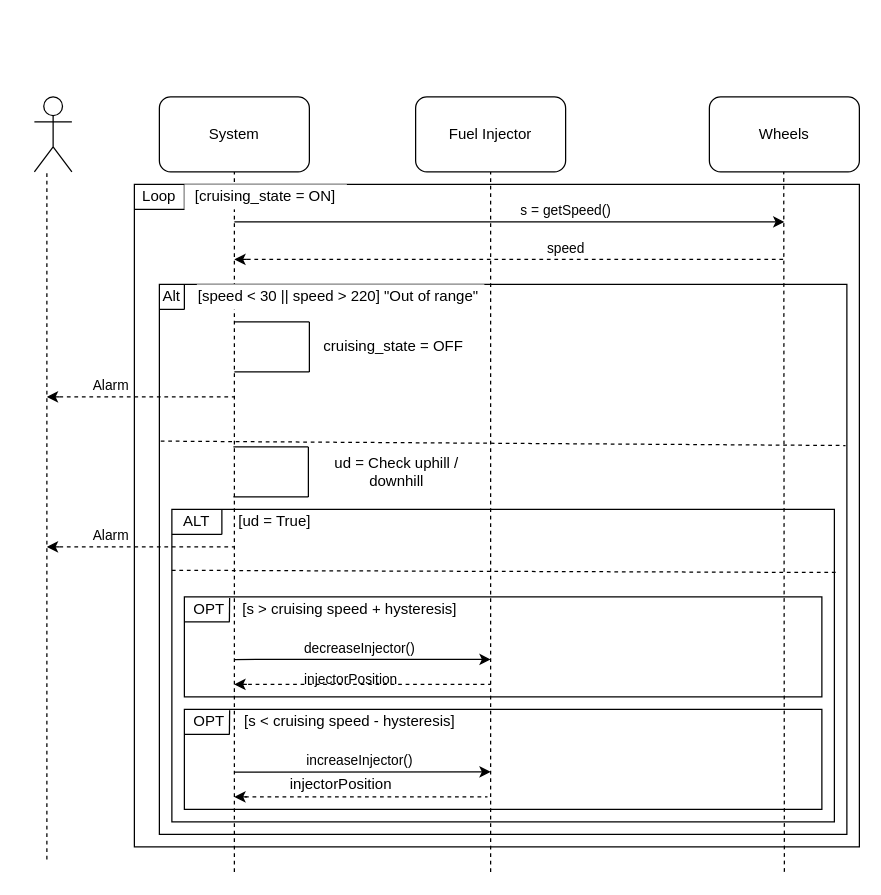
Earlier version of the draw.io diagram Keep_Cruising.drawio (PashaJ23/sandbox-area). Source tidied: cells renumbered, new cells numbered last; positions are measured from the earlier drawing's top-left corner, leaving out a move shared by most shapes. Both pictures are drawn from the tidied source at 125%, with x=0, y=0 at pixel (34, 96).
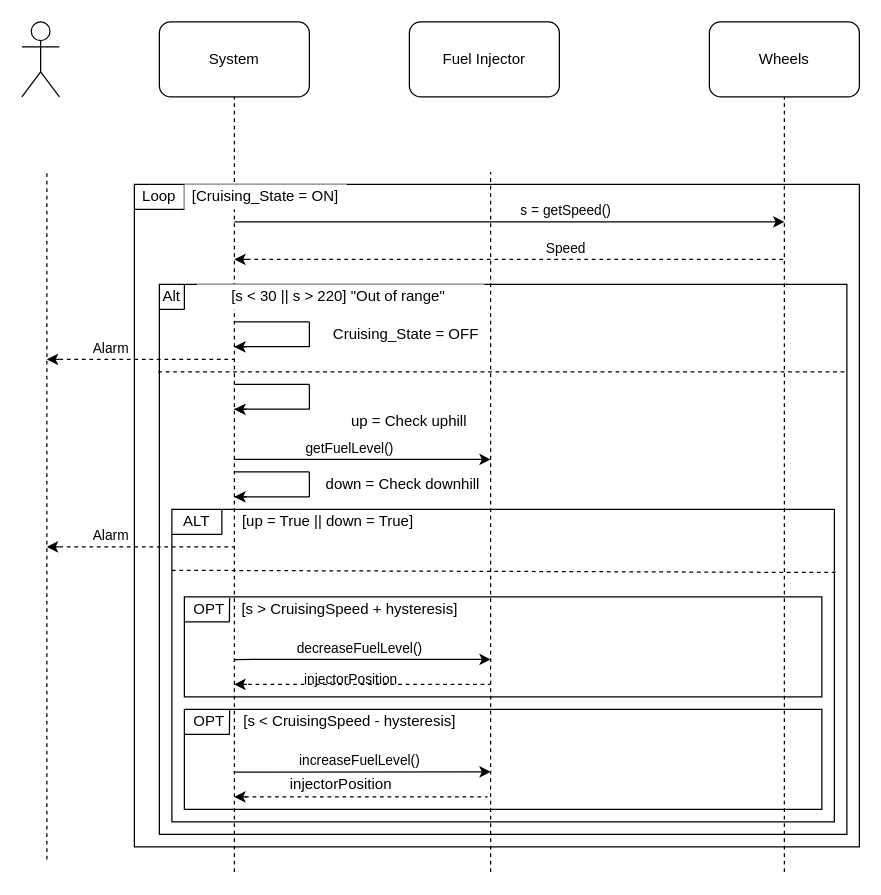
After the change.

The change refers to these unchanged cells:
```xml
<mxCell id="3" style="rounded=0;whiteSpace=wrap;html=1;shadow=0;glass=0;labelBackgroundColor=#ffffff;sketch=0;fillColor=none;" parent="1" vertex="1">
  <mxGeometry x="100" y="150" width="550" height="440" as="geometry" />
</mxCell>
<mxCell id="17" style="endArrow=none;dashed=1;html=1;" parent="1" edge="1">
  <mxGeometry relative="1" as="geometry">
    <mxPoint x="170" y="130" as="sourcePoint" />
    <mxPoint x="600" y="130" as="targetPoint" />
  </mxGeometry>
</mxCell>
<mxCell id="52" style="endArrow=classic;html=1;" parent="1" edge="1">
  <mxGeometry relative="1" as="geometry">
    <mxPoint x="160" y="450.1" as="sourcePoint" />
    <mxPoint x="365" y="450" as="targetPoint" />
  </mxGeometry>
</mxCell>
<mxCell id="61" style="endArrow=classic;html=1;" parent="1" edge="1">
  <mxGeometry relative="1" as="geometry">
    <mxPoint x="160" y="540.2" as="sourcePoint" />
    <mxPoint x="365" y="540" as="targetPoint" />
  </mxGeometry>
</mxCell>
```

Diff of the diagram source:
```diff
@@
     <mxCell id="7" style="shape=umlActor;verticalLabelPosition=bottom;verticalAlign=top;html=1;align=center;" parent="1" vertex="1">
-      <mxGeometry width="30" height="60" as="geometry" />
+      <mxGeometry x="-10" y="-60" width="30" height="60" as="geometry" />
     </mxCell>
@@
     <mxCell id="9" value="System" style="rounded=1;whiteSpace=wrap;html=1;" parent="1" vertex="1">
-      <mxGeometry x="100" width="120" height="60" as="geometry" />
+      <mxGeometry x="100" y="-60" width="120" height="60" as="geometry" />
     </mxCell>
     <mxCell id="10" value="Fuel Injector" style="rounded=1;whiteSpace=wrap;html=1;" parent="1" vertex="1">
-      <mxGeometry x="305" width="120" height="60" as="geometry" />
+      <mxGeometry x="300" y="-60" width="120" height="60" as="geometry" />
     </mxCell>
     <mxCell id="11" value="Wheels" style="rounded=1;whiteSpace=wrap;html=1;" parent="1" vertex="1">
-      <mxGeometry x="540" width="120" height="60" as="geometry" />
+      <mxGeometry x="540" y="-60" width="120" height="60" as="geometry" />
     </mxCell>
@@
-    <mxCell id="14" style="endArrow=none;dashed=1;html=1;entryX=0.5;entryY=1;entryDx=0;entryDy=0;" parent="1" edge="1">
+    <mxCell id="14" style="endArrow=none;dashed=1;html=1;entryX=0.5;entryY=1;entryDx=0;entryDy=0;" parent="1" edge="1" target="11">
       <mxGeometry relative="1" as="geometry">
         <mxPoint x="600" y="620" as="sourcePoint" />
-        <mxPoint x="599.5" y="60" as="targetPoint" />
       </mxGeometry>
     </mxCell>
@@
-    <mxCell id="18" value="speed" style="edgeLabel;html=1;align=center;verticalAlign=middle;" parent="17" vertex="1">
+    <mxCell id="18" value="Speed" style="edgeLabel;html=1;align=center;verticalAlign=middle;" parent="17" vertex="1">
       <mxGeometry x="-0.15" y="-1" relative="1" as="geometry">
         <mxPoint x="71.7" y="-11" as="offset" />
       </mxGeometry>
     </mxCell>
@@
     <mxCell id="21" style="endArrow=none;html=1;" parent="1" edge="1">
       <mxGeometry relative="1" as="geometry">
-        <mxPoint x="220" y="220" as="sourcePoint" />
+        <mxPoint x="220" y="200" as="sourcePoint" />
         <mxPoint x="220" y="180" as="targetPoint" />
       </mxGeometry>
     </mxCell>
     <mxCell id="22" style="endArrow=none;html=1;" parent="1" edge="1">
       <mxGeometry relative="1" as="geometry">
-        <mxPoint x="160" y="220" as="sourcePoint" />
-        <mxPoint x="220" y="220" as="targetPoint" />
+        <mxPoint x="160" y="199.7" as="sourcePoint" />
+        <mxPoint x="220" y="199.7" as="targetPoint" />
       </mxGeometry>
     </mxCell>
     <mxCell id="23" style="endArrow=none;dashed=1;html=1;" parent="1" edge="1">
       <mxGeometry relative="1" as="geometry">
-        <mxPoint x="20" y="240" as="sourcePoint" />
-        <mxPoint x="160" y="240" as="targetPoint" />
+        <mxPoint x="20" y="210" as="sourcePoint" />
+        <mxPoint x="160" y="210" as="targetPoint" />
       </mxGeometry>
     </mxCell>
@@
     <mxCell id="25" style="endArrow=classic;html=1;" parent="1" edge="1">
       <mxGeometry relative="1" as="geometry">
-        <mxPoint x="20" y="240" as="sourcePoint" />
-        <mxPoint x="10" y="240" as="targetPoint" />
+        <mxPoint x="20" y="210" as="sourcePoint" />
+        <mxPoint x="10" y="210" as="targetPoint" />
       </mxGeometry>
     </mxCell>
-    <mxCell id="26" style="endArrow=none;dashed=1;html=1;entryX=0.998;entryY=0.293;entryDx=0;entryDy=0;entryPerimeter=0;exitX=0.002;exitY=0.285;exitDx=0;exitDy=0;exitPerimeter=0;" parent="1" edge="1" source="3" target="3">
-      <mxGeometry relative="1" as="geometry" />
+    <mxCell id="26" style="endArrow=none;dashed=1;html=1;" parent="1" edge="1">
+      <mxGeometry relative="1" as="geometry">
+        <mxPoint x="99" y="220" as="sourcePoint" />
+        <mxPoint x="650" y="220" as="targetPoint" />
+      </mxGeometry>
     </mxCell>
     <mxCell id="27" style="endArrow=none;html=1;" parent="1" edge="1">
       <mxGeometry relative="1" as="geometry">
-        <mxPoint x="159.2" y="280" as="sourcePoint" />
-        <mxPoint x="219.2" y="280" as="targetPoint" />
+        <mxPoint x="160" y="230" as="sourcePoint" />
+        <mxPoint x="220" y="230" as="targetPoint" />
       </mxGeometry>
     </mxCell>
     <mxCell id="28" style="endArrow=none;html=1;" parent="1" edge="1">
       <mxGeometry relative="1" as="geometry">
-        <mxPoint x="219.2" y="320" as="sourcePoint" />
-        <mxPoint x="219.2" y="280" as="targetPoint" />
+        <mxPoint x="220" y="250" as="sourcePoint" />
+        <mxPoint x="220" y="230" as="targetPoint" />
       </mxGeometry>
     </mxCell>
     <mxCell id="29" style="endArrow=none;html=1;" parent="1" edge="1">
       <mxGeometry relative="1" as="geometry">
-        <mxPoint x="159.2" y="320" as="sourcePoint" />
-        <mxPoint x="219.2" y="320" as="targetPoint" />
+        <mxPoint x="160" y="249.7" as="sourcePoint" />
+        <mxPoint x="220" y="249.7" as="targetPoint" />
       </mxGeometry>
     </mxCell>
@@
-    <mxCell id="37" value="[cruising_state = ON]" style="text;html=1;strokeColor=none;align=center;verticalAlign=middle;whiteSpace=wrap;rounded=0;shadow=0;glass=0;sketch=0;labelBackgroundColor=none;fillColor=#ffffff;" parent="1" vertex="1">
+    <mxCell id="37" value="[Cruising_State = ON]" style="text;html=1;strokeColor=none;align=center;verticalAlign=middle;whiteSpace=wrap;rounded=0;shadow=0;glass=0;sketch=0;labelBackgroundColor=none;fillColor=#ffffff;" parent="1" vertex="1">
       <mxGeometry x="120" y="70" width="130" height="20" as="geometry" />
     </mxCell>
@@
-    <mxCell id="41" value="[speed &amp;lt; 30 || speed &amp;gt; 220] &quot;Out of range&quot;&amp;nbsp;" style="text;html=1;strokeColor=none;align=center;verticalAlign=middle;whiteSpace=wrap;rounded=0;shadow=0;glass=0;labelBackgroundColor=#ffffff;sketch=0;fillColor=#ffffff;" parent="1" vertex="1">
+    <mxCell id="41" value="[s &amp;lt; 30 || s &amp;gt; 220] &quot;Out of range&quot;&amp;nbsp;" style="text;html=1;strokeColor=none;align=center;verticalAlign=middle;whiteSpace=wrap;rounded=0;shadow=0;glass=0;labelBackgroundColor=#ffffff;sketch=0;fillColor=#ffffff;" parent="1" vertex="1">
       <mxGeometry x="130" y="150" width="230" height="20" as="geometry" />
     </mxCell>
-    <mxCell id="42" value="cruising_state = OFF" style="text;html=1;strokeColor=none;fillColor=none;align=center;verticalAlign=middle;whiteSpace=wrap;rounded=0;shadow=0;glass=0;labelBackgroundColor=#ffffff;sketch=0;" parent="1" vertex="1">
-      <mxGeometry x="220" y="190" width="135" height="20" as="geometry" />
+    <mxCell id="42" value="Cruising_State = OFF" style="text;html=1;strokeColor=none;fillColor=none;align=center;verticalAlign=middle;whiteSpace=wrap;rounded=0;shadow=0;glass=0;labelBackgroundColor=#ffffff;sketch=0;" parent="1" vertex="1">
+      <mxGeometry x="230" y="180" width="135" height="20" as="geometry" />
     </mxCell>
-    <mxCell id="43" value="ud = Check uphill / downhill" style="text;html=1;strokeColor=none;fillColor=none;align=center;verticalAlign=middle;whiteSpace=wrap;rounded=0;shadow=0;glass=0;labelBackgroundColor=#ffffff;sketch=0;" parent="1" vertex="1">
-      <mxGeometry x="220" y="280" width="140" height="40" as="geometry" />
+    <mxCell id="43" value="up = Check uphill" style="text;html=1;strokeColor=none;fillColor=none;align=center;verticalAlign=middle;whiteSpace=wrap;rounded=0;shadow=0;glass=0;labelBackgroundColor=#ffffff;sketch=0;" parent="1" vertex="1">
+      <mxGeometry x="230" y="240" width="140" height="40" as="geometry" />
     </mxCell>
@@
-    <mxCell id="47" value="[ud = True]" style="text;html=1;strokeColor=none;fillColor=none;align=center;verticalAlign=middle;whiteSpace=wrap;rounded=0;shadow=0;glass=0;labelBackgroundColor=#ffffff;sketch=0;" parent="1" vertex="1">
-      <mxGeometry x="150" y="330" width="85" height="20" as="geometry" />
+    <mxCell id="47" value="[up = True || down = True]" style="text;html=1;strokeColor=none;fillColor=none;align=center;verticalAlign=middle;whiteSpace=wrap;rounded=0;shadow=0;glass=0;labelBackgroundColor=#ffffff;sketch=0;" parent="1" vertex="1">
+      <mxGeometry x="150" y="330" width="170" height="20" as="geometry" />
     </mxCell>
@@
-    <mxCell id="51" value="[s &amp;gt; cruising speed + hysteresis]" style="text;html=1;strokeColor=none;fillColor=none;align=center;verticalAlign=middle;whiteSpace=wrap;rounded=0;shadow=0;glass=0;labelBackgroundColor=#ffffff;sketch=0;" parent="1" vertex="1">
+    <mxCell id="51" value="[s &amp;gt; CruisingSpeed + hysteresis]" style="text;html=1;strokeColor=none;fillColor=none;align=center;verticalAlign=middle;whiteSpace=wrap;rounded=0;shadow=0;glass=0;labelBackgroundColor=#ffffff;sketch=0;" parent="1" vertex="1">
       <mxGeometry x="160" y="400" width="185" height="20" as="geometry" />
     </mxCell>
@@
-    <mxCell id="53" value="decreaseInjector()" style="edgeLabel;html=1;align=center;verticalAlign=middle;" parent="52" vertex="1">
+    <mxCell id="53" value="decreaseFuelLevel()" style="edgeLabel;html=1;align=center;verticalAlign=middle;" parent="52" vertex="1">
       <mxGeometry x="0.35" relative="1" as="geometry">
         <mxPoint x="-38.4" y="-9.9" as="offset" />
       </mxGeometry>
     </mxCell>
@@
-    <mxCell id="60" value="[s &amp;lt; cruising speed - hysteresis]" style="text;html=1;strokeColor=none;fillColor=none;align=center;verticalAlign=middle;whiteSpace=wrap;rounded=0;shadow=0;glass=0;labelBackgroundColor=none;sketch=0;" parent="1" vertex="1">
+    <mxCell id="60" value="[s &amp;lt; CruisingSpeed - hysteresis]" style="text;html=1;strokeColor=none;fillColor=none;align=center;verticalAlign=middle;whiteSpace=wrap;rounded=0;shadow=0;glass=0;labelBackgroundColor=none;sketch=0;" parent="1" vertex="1">
       <mxGeometry x="165" y="490" width="175" height="20" as="geometry" />
     </mxCell>
@@
-    <mxCell id="62" value="increaseInjector()" style="edgeLabel;html=1;align=center;verticalAlign=middle;" parent="61" vertex="1">
+    <mxCell id="62" value="increaseFuelLevel()" style="edgeLabel;html=1;align=center;verticalAlign=middle;" parent="61" vertex="1">
       <mxGeometry x="-0.21" relative="1" as="geometry">
         <mxPoint x="18.7" y="-9.9" as="offset" />
       </mxGeometry>
     </mxCell>
@@
+    <mxCell id="67" style="endArrow=classic;html=1;" parent="1" edge="1">
+      <mxGeometry relative="1" as="geometry">
+        <mxPoint x="170" y="200" as="sourcePoint" />
+        <mxPoint x="160" y="200" as="targetPoint" />
+      </mxGeometry>
+    </mxCell>
+    <mxCell id="68" style="endArrow=classic;html=1;" parent="1" edge="1">
+      <mxGeometry relative="1" as="geometry">
+        <mxPoint x="170" y="250" as="sourcePoint" />
+        <mxPoint x="160" y="250" as="targetPoint" />
+      </mxGeometry>
+    </mxCell>
+    <mxCell id="69" style="endArrow=none;html=1;" parent="1" edge="1">
+      <mxGeometry relative="1" as="geometry">
+        <mxPoint x="160" y="300" as="sourcePoint" />
+        <mxPoint x="220" y="300" as="targetPoint" />
+      </mxGeometry>
+    </mxCell>
+    <mxCell id="70" style="endArrow=none;html=1;" parent="1" edge="1">
+      <mxGeometry relative="1" as="geometry">
+        <mxPoint x="220" y="320" as="sourcePoint" />
+        <mxPoint x="220" y="300" as="targetPoint" />
+      </mxGeometry>
+    </mxCell>
+    <mxCell id="71" style="endArrow=none;html=1;" parent="1" edge="1">
+      <mxGeometry relative="1" as="geometry">
+        <mxPoint x="160" y="320" as="sourcePoint" />
+        <mxPoint x="220" y="320" as="targetPoint" />
+      </mxGeometry>
+    </mxCell>
+    <mxCell id="72" style="endArrow=classic;html=1;" parent="1" edge="1">
+      <mxGeometry relative="1" as="geometry">
+        <mxPoint x="170" y="320" as="sourcePoint" />
+        <mxPoint x="160" y="320" as="targetPoint" />
+      </mxGeometry>
+    </mxCell>
+    <mxCell id="73" value="down = Check downhill" style="text;html=1;strokeColor=none;fillColor=none;align=center;verticalAlign=middle;whiteSpace=wrap;rounded=0;" parent="1" vertex="1">
+      <mxGeometry x="230" y="300" width="130" height="20" as="geometry" />
+    </mxCell>
+    <mxCell id="74" style="endArrow=classic;html=1;" parent="1" edge="1">
+      <mxGeometry relative="1" as="geometry">
+        <mxPoint x="160" y="290" as="sourcePoint" />
+        <mxPoint x="365" y="290" as="targetPoint" />
+      </mxGeometry>
+    </mxCell>
+    <mxCell id="75" value="getFuelLevel()" style="edgeLabel;html=1;align=center;verticalAlign=middle;" parent="74" vertex="1">
+      <mxGeometry x="-0.12" relative="1" as="geometry">
+        <mxPoint x="1.8" y="-10" as="offset" />
+      </mxGeometry>
+    </mxCell>
```
